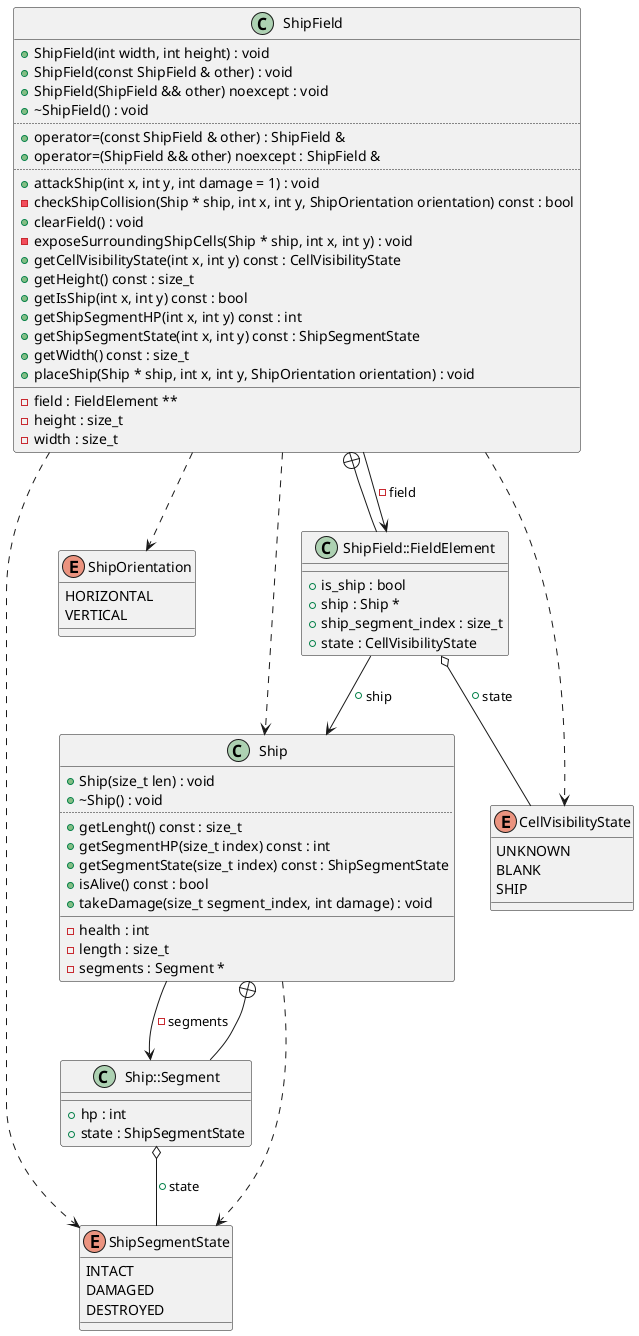
Before: diagrams/ShipField.png, a diagram exported from PlantUML (Rennelv/ships).
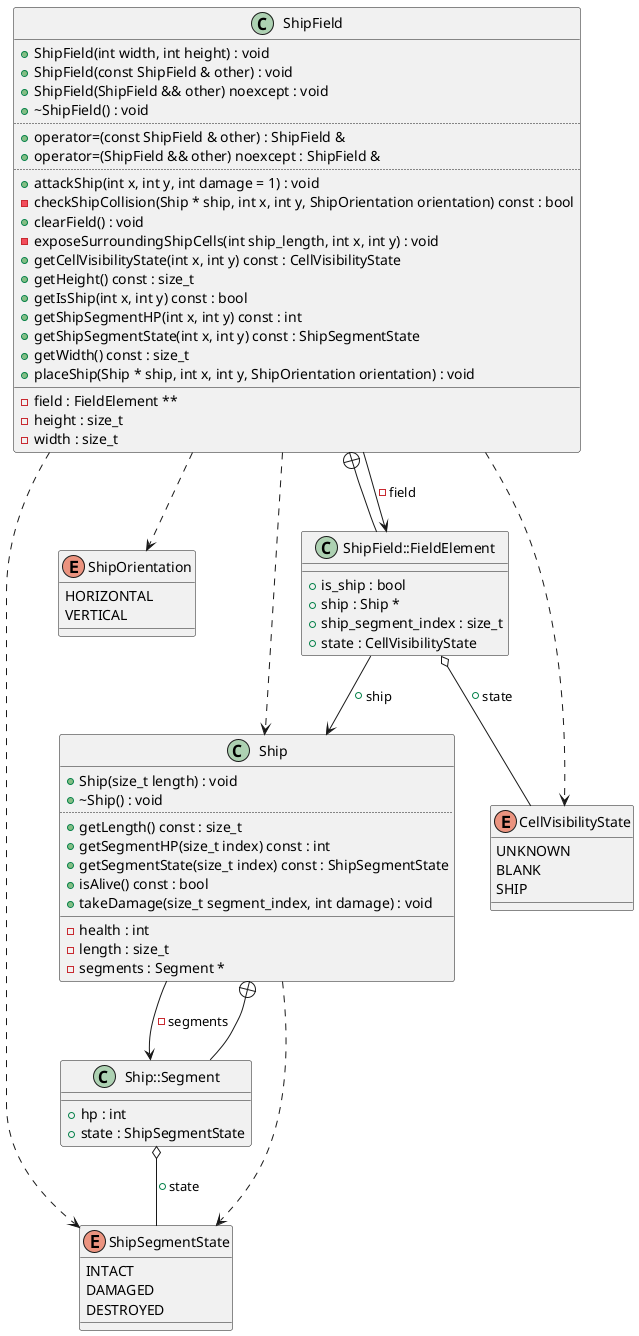
After the commit.

The edit, as a diff of the source:
```diff
@@ -18,10 +18,10 @@
 }
 class "Ship" as C_0014529657433315016423
 class C_0014529657433315016423 {
-+Ship(size_t len) : void
++Ship(size_t length) : void
 +~Ship() : void
 ..
-+getLenght() const : size_t
++getLength() const : size_t
 +getSegmentHP(size_t index) const : int
 +getSegmentState(size_t index) const : ShipSegmentState
 +isAlive() const : bool
@@ -50,7 +50,7 @@
 +attackShip(int x, int y, int damage = 1) : void
 -checkShipCollision(Ship * ship, int x, int y, ShipOrientation orientation) const : bool
 +clearField() : void
--exposeSurroundingShipCells(Ship * ship, int x, int y) : void
+-exposeSurroundingShipCells(int ship_length, int x, int y) : void
 +getCellVisibilityState(int x, int y) const : CellVisibilityState
 +getHeight() const : size_t
 +getIsShip(int x, int y) const : bool
```
